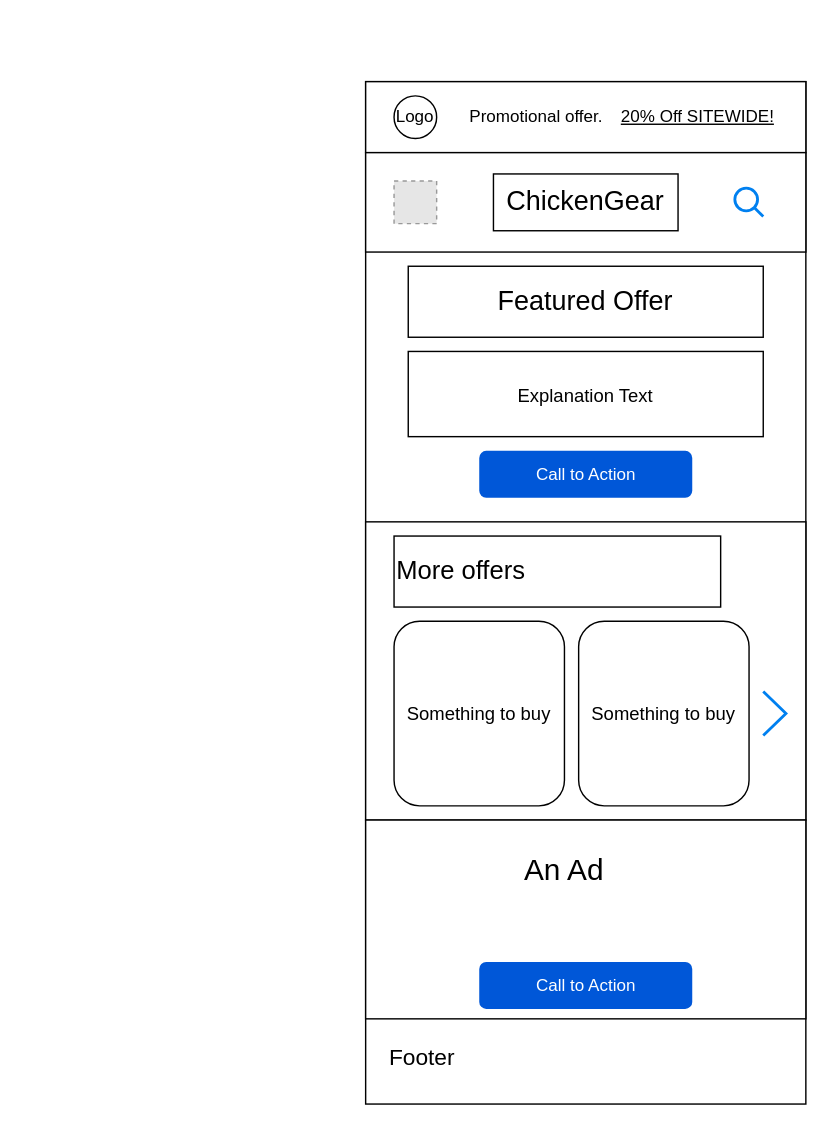
Above: page "Landing-Page" (2 of 4) of docs/design/chickengear-mobile-wireframe.drawio in epaulson08/CHKN (draw.io), before the change. Source tidied: cells renumbered, new cells numbered last; positions are measured from the earlier drawing's top-left corner, leaving out a move shared by most shapes. Both pictures are drawn from the tidied source at 142%, with x=0, y=0 at pixel (365, 81). Pictures stored in the file or linked from it are replaced by grey dashed boxes.
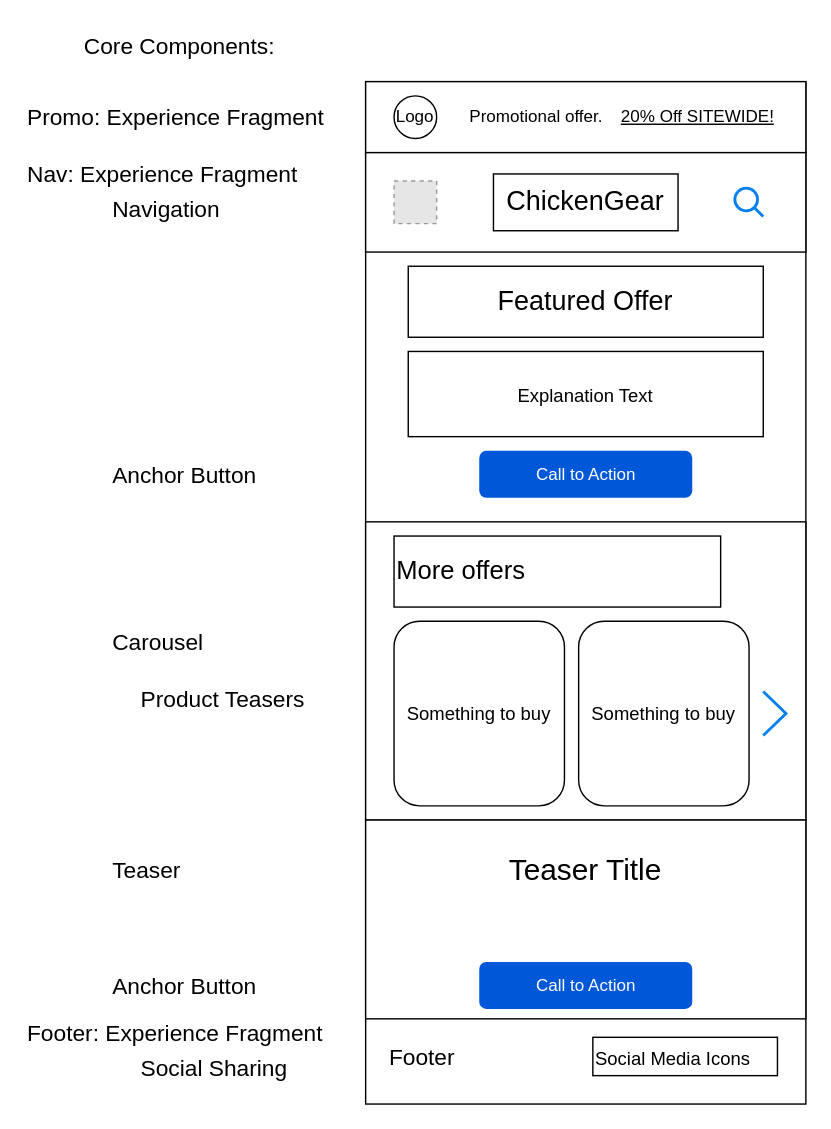
Above is the later version.

Change to the diagram source:
```diff
@@
-    <mxCell id="20" value="An Ad" style="text;html=1;strokeColor=none;fillColor=none;align=center;verticalAlign=middle;whiteSpace=wrap;rounded=0;fontSize=21;" parent="1" vertex="1">
-      <mxGeometry x="110" y="540" width="60" height="30" as="geometry" />
+    <mxCell id="20" value="Teaser Title" style="text;html=1;strokeColor=none;fillColor=none;align=center;verticalAlign=middle;whiteSpace=wrap;rounded=0;fontSize=21;" parent="1" vertex="1">
+      <mxGeometry x="95" y="540" width="120" height="30" as="geometry" />
     </mxCell>
@@
+    <mxCell id="23" value="Core Components:" style="text;html=1;strokeColor=none;fillColor=none;align=left;verticalAlign=middle;whiteSpace=wrap;rounded=0;fontSize=16;" parent="1" vertex="1">
+      <mxGeometry x="-200" y="-40" width="170" height="30" as="geometry" />
+    </mxCell>
+    <mxCell id="24" value="Carousel" style="text;html=1;strokeColor=none;fillColor=none;align=left;verticalAlign=middle;whiteSpace=wrap;rounded=0;fontSize=16;" parent="1" vertex="1">
+      <mxGeometry x="-180" y="380" width="60" height="30" as="geometry" />
+    </mxCell>
+    <mxCell id="25" value="Product Teasers" style="text;html=1;strokeColor=none;fillColor=none;align=left;verticalAlign=middle;whiteSpace=wrap;rounded=0;fontSize=16;" parent="1" vertex="1">
+      <mxGeometry x="-160" y="420" width="140" height="30" as="geometry" />
+    </mxCell>
+    <mxCell id="26" value="Navigation" style="text;html=1;align=left;verticalAlign=middle;strokeColor=none;fillColor=none;fontSize=16;" parent="1" vertex="1">
+      <mxGeometry x="-180" y="80" width="90" height="20" as="geometry" />
+    </mxCell>
+    <mxCell id="27" value="&lt;font style=&quot;font-size: 13px&quot;&gt;Social Media Icons&lt;/font&gt;" style="rounded=0;whiteSpace=wrap;html=1;fontSize=16;align=left;" parent="1" vertex="1">
+      <mxGeometry x="160" y="673" width="130" height="27" as="geometry" />
+    </mxCell>
+    <mxCell id="28" value="Social Sharing" style="text;html=1;strokeColor=none;fillColor=none;align=left;verticalAlign=middle;whiteSpace=wrap;rounded=0;fontSize=16;" parent="1" vertex="1">
+      <mxGeometry x="-160" y="680" width="170" height="30" as="geometry" />
+    </mxCell>
+    <mxCell id="29" value="Anchor Button" style="text;html=1;strokeColor=none;fillColor=none;align=left;verticalAlign=middle;whiteSpace=wrap;rounded=0;fontSize=16;" parent="1" vertex="1">
+      <mxGeometry x="-180" y="261.5" width="120" height="30" as="geometry" />
+    </mxCell>
+    <mxCell id="30" value="Anchor Button" style="text;html=1;strokeColor=none;fillColor=none;align=left;verticalAlign=middle;whiteSpace=wrap;rounded=0;fontSize=16;" parent="1" vertex="1">
+      <mxGeometry x="-180" y="621.5" width="120" height="30" as="geometry" />
+    </mxCell>
+    <mxCell id="31" value="Teaser" style="text;html=1;strokeColor=none;fillColor=none;align=left;verticalAlign=middle;whiteSpace=wrap;rounded=0;fontSize=16;" parent="1" vertex="1">
+      <mxGeometry x="-180" y="540" width="90" height="30" as="geometry" />
+    </mxCell>
+    <mxCell id="32" value="Footer: Experience Fragment" style="text;html=1;align=left;verticalAlign=middle;strokeColor=none;fillColor=none;fontSize=16;" parent="1" vertex="1">
+      <mxGeometry x="-240" y="660" width="220" height="20" as="geometry" />
+    </mxCell>
+    <mxCell id="33" value="Nav: Experience Fragment" style="text;html=1;align=left;verticalAlign=middle;strokeColor=none;fillColor=none;fontSize=16;" parent="1" vertex="1">
+      <mxGeometry x="-240" y="55" width="210" height="20" as="geometry" />
+    </mxCell>
+    <mxCell id="34" value="Promo: Experience Fragment" style="text;html=1;align=left;verticalAlign=middle;strokeColor=none;fillColor=none;fontSize=16;" parent="1" vertex="1">
+      <mxGeometry x="-240" y="15" width="220" height="20" as="geometry" />
+    </mxCell>
```
